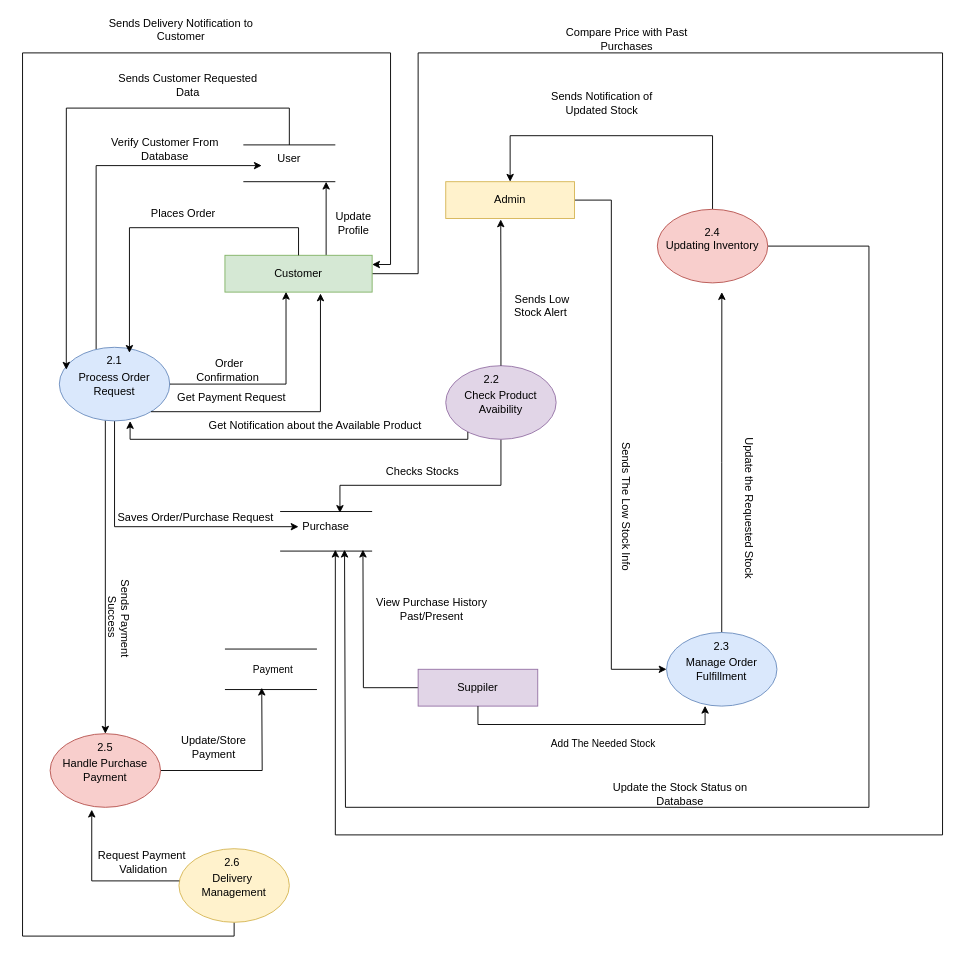
Before: Replinshment Order Management.drawio in pawal-karki/DRAW.IO, a draw.io diagram. Source tidied: cells renumbered, new cells numbered last; positions are measured from the earlier drawing's top-left corner, leaving out a move shared by most shapes. Both pictures are drawn from the tidied source at 92%, with x=0, y=0 at pixel (22, 16).
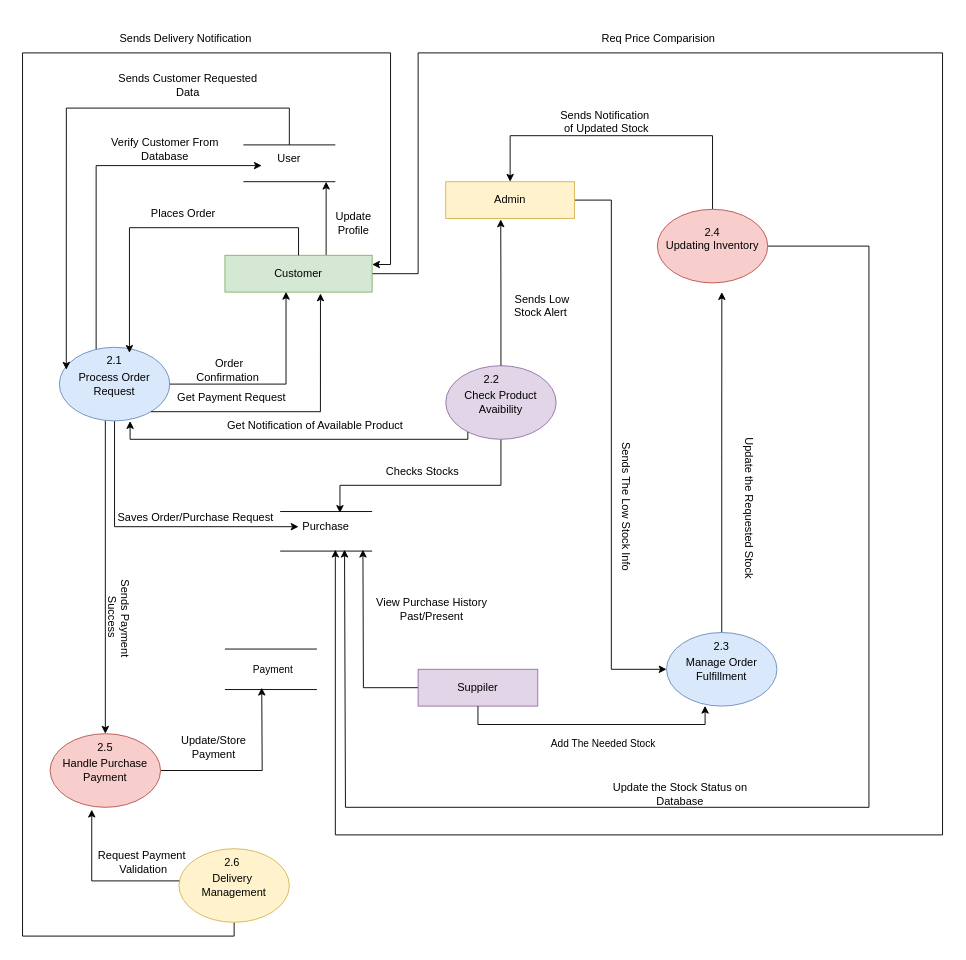
The same diagram, later.

What changed in the source:
```diff
@@
-    <mxCell id="26" value="Compare Price with Past Purchases" style="text;html=1;align=center;verticalAlign=middle;whiteSpace=wrap;rounded=0;" parent="1" vertex="1">
-      <mxGeometry x="581.5" y="10" width="150" height="30" as="geometry" />
+    <mxCell id="26" value="Req Price Comparision" style="text;html=1;align=center;verticalAlign=middle;whiteSpace=wrap;rounded=0;" parent="1" vertex="1">
+      <mxGeometry x="581.5" y="10" width="218.5" height="30" as="geometry" />
     </mxCell>
@@
-    <mxCell id="37" value="Sends Delivery Notification to Customer" style="text;html=1;align=center;verticalAlign=middle;whiteSpace=wrap;rounded=0;" parent="1" vertex="1">
-      <mxGeometry x="90" width="165" height="30" as="geometry" />
+    <mxCell id="37" value="Sends Delivery Notification" style="text;html=1;align=center;verticalAlign=middle;whiteSpace=wrap;rounded=0;" parent="1" vertex="1">
+      <mxGeometry x="95" y="10" width="165" height="30" as="geometry" />
     </mxCell>
@@
-    <mxCell id="45" value="Get Notification about the Available Product&amp;nbsp;" style="text;html=1;align=center;verticalAlign=middle;whiteSpace=wrap;rounded=0;" parent="1" vertex="1">
+    <mxCell id="45" value="Get Notification of Available Product&amp;nbsp;" style="text;html=1;align=center;verticalAlign=middle;whiteSpace=wrap;rounded=0;" parent="1" vertex="1">
       <mxGeometry x="195" y="430" width="250" height="30" as="geometry" />
     </mxCell>
@@
-    <mxCell id="50" value="Sends Notification of Updated Stock" style="text;html=1;align=center;verticalAlign=middle;whiteSpace=wrap;rounded=0;" parent="1" vertex="1">
-      <mxGeometry x="560" y="80" width="140" height="30" as="geometry" />
+    <mxCell id="50" value="Sends Notification&amp;nbsp;&lt;div&gt;of Updated Stock&lt;/div&gt;" style="text;html=1;align=center;verticalAlign=middle;whiteSpace=wrap;rounded=0;" parent="1" vertex="1">
+      <mxGeometry x="530" y="100" width="210" height="30" as="geometry" />
     </mxCell>
```
